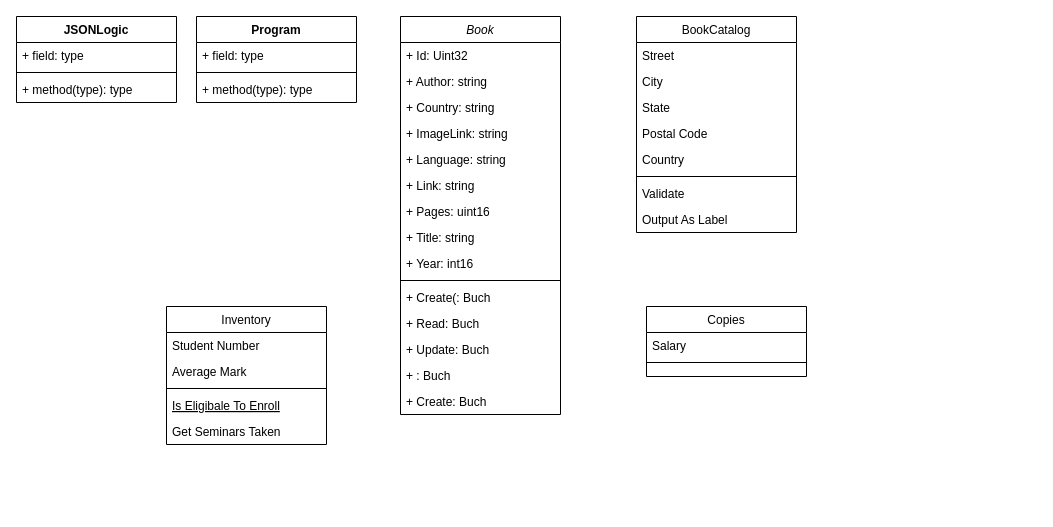
This is Untitled Diagram.drawio from felwanew/Virtual-library, a draw.io file, before an edit. Source tidied: cells renumbered, new cells numbered last; positions are measured from the earlier drawing's top-left corner, leaving out a move shared by most shapes. Both pictures are drawn from the tidied source at 100%, with x=0, y=0 at pixel (16, 16).
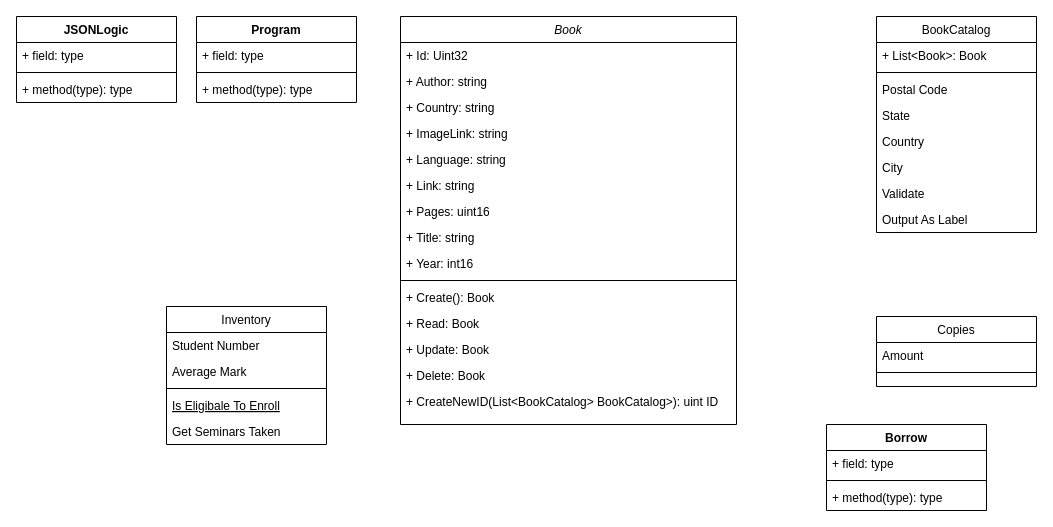
The same diagram, later.

Diff of the diagram source:
```diff
@@
     <mxCell id="2" value="Book" style="swimlane;fontStyle=2;align=center;verticalAlign=top;horizontal=1;startSize=26;rounded=0;shadow=0;strokeWidth=1;" parent="1" vertex="1">
-      <mxGeometry x="384" width="160" height="398" as="geometry" />
+      <mxGeometry x="384" width="336" height="408" as="geometry" />
     </mxCell>
     <mxCell id="3" value="+ Id: Uint32" style="text;align=left;verticalAlign=top;spacingLeft=4;spacingRight=4;overflow=hidden;" parent="2" vertex="1">
-      <mxGeometry y="26" width="160" height="26" as="geometry" />
+      <mxGeometry y="26" width="336" height="26" as="geometry" />
     </mxCell>
     <mxCell id="4" value="+ Author: string" style="text;align=left;verticalAlign=top;spacingLeft=4;spacingRight=4;overflow=hidden;rounded=0;shadow=0;html=0;" parent="2" vertex="1">
-      <mxGeometry y="52" width="160" height="26" as="geometry" />
+      <mxGeometry y="52" width="336" height="26" as="geometry" />
     </mxCell>
     <mxCell id="5" value="+ Country: string" style="text;align=left;verticalAlign=top;spacingLeft=4;spacingRight=4;overflow=hidden;rounded=0;shadow=0;html=0;" parent="2" vertex="1">
-      <mxGeometry y="78" width="160" height="26" as="geometry" />
+      <mxGeometry y="78" width="336" height="26" as="geometry" />
     </mxCell>
     <mxCell id="6" value="+ ImageLink: string" style="text;align=left;verticalAlign=top;spacingLeft=4;spacingRight=4;overflow=hidden;rounded=0;shadow=0;html=0;" parent="2" vertex="1">
-      <mxGeometry y="104" width="160" height="26" as="geometry" />
+      <mxGeometry y="104" width="336" height="26" as="geometry" />
     </mxCell>
     <mxCell id="7" value="+ Language: string" style="text;align=left;verticalAlign=top;spacingLeft=4;spacingRight=4;overflow=hidden;" parent="2" vertex="1">
-      <mxGeometry y="130" width="160" height="26" as="geometry" />
+      <mxGeometry y="130" width="336" height="26" as="geometry" />
     </mxCell>
     <mxCell id="8" value="+ Link: string" style="text;align=left;verticalAlign=top;spacingLeft=4;spacingRight=4;overflow=hidden;rounded=0;shadow=0;html=0;" parent="2" vertex="1">
-      <mxGeometry y="156" width="160" height="26" as="geometry" />
+      <mxGeometry y="156" width="336" height="26" as="geometry" />
     </mxCell>
     <mxCell id="9" value="+ Pages: uint16" style="text;align=left;verticalAlign=top;spacingLeft=4;spacingRight=4;overflow=hidden;rounded=0;shadow=0;html=0;" parent="2" vertex="1">
-      <mxGeometry y="182" width="160" height="26" as="geometry" />
+      <mxGeometry y="182" width="336" height="26" as="geometry" />
     </mxCell>
     <mxCell id="10" value="+ Title: string" style="text;align=left;verticalAlign=top;spacingLeft=4;spacingRight=4;overflow=hidden;" parent="2" vertex="1">
-      <mxGeometry y="208" width="160" height="26" as="geometry" />
+      <mxGeometry y="208" width="336" height="26" as="geometry" />
     </mxCell>
     <mxCell id="11" value="+ Year: int16" style="text;align=left;verticalAlign=top;spacingLeft=4;spacingRight=4;overflow=hidden;" parent="2" vertex="1">
-      <mxGeometry y="234" width="160" height="26" as="geometry" />
+      <mxGeometry y="234" width="336" height="26" as="geometry" />
     </mxCell>
     <mxCell id="12" style="line;html=1;strokeWidth=1;align=left;verticalAlign=middle;spacingTop=-1;spacingLeft=3;spacingRight=3;labelPosition=right;" parent="2" vertex="1">
-      <mxGeometry y="260" width="160" height="8" as="geometry" />
+      <mxGeometry y="260" width="336" height="8" as="geometry" />
     </mxCell>
-    <mxCell id="13" value="+ Create(: Buch" style="text;align=left;verticalAlign=top;spacingLeft=4;spacingRight=4;overflow=hidden;" parent="2" vertex="1">
-      <mxGeometry y="268" width="160" height="26" as="geometry" />
+    <mxCell id="13" value="+ Create(): Book" style="text;align=left;verticalAlign=top;spacingLeft=4;spacingRight=4;overflow=hidden;" parent="2" vertex="1">
+      <mxGeometry y="268" width="336" height="26" as="geometry" />
     </mxCell>
-    <mxCell id="14" value="+ Read: Buch" style="text;align=left;verticalAlign=top;spacingLeft=4;spacingRight=4;overflow=hidden;" parent="2" vertex="1">
-      <mxGeometry y="294" width="160" height="26" as="geometry" />
+    <mxCell id="14" value="+ Read: Book" style="text;align=left;verticalAlign=top;spacingLeft=4;spacingRight=4;overflow=hidden;" parent="2" vertex="1">
+      <mxGeometry y="294" width="336" height="26" as="geometry" />
     </mxCell>
-    <mxCell id="15" value="+ Update: Buch" style="text;align=left;verticalAlign=top;spacingLeft=4;spacingRight=4;overflow=hidden;" parent="2" vertex="1">
-      <mxGeometry y="320" width="160" height="26" as="geometry" />
+    <mxCell id="15" value="+ Update: Book" style="text;align=left;verticalAlign=top;spacingLeft=4;spacingRight=4;overflow=hidden;" parent="2" vertex="1">
+      <mxGeometry y="320" width="336" height="26" as="geometry" />
     </mxCell>
-    <mxCell id="16" value="+ : Buch" style="text;align=left;verticalAlign=top;spacingLeft=4;spacingRight=4;overflow=hidden;" parent="2" vertex="1">
-      <mxGeometry y="346" width="160" height="26" as="geometry" />
+    <mxCell id="16" value="+ Delete: Book" style="text;align=left;verticalAlign=top;spacingLeft=4;spacingRight=4;overflow=hidden;" parent="2" vertex="1">
+      <mxGeometry y="346" width="336" height="26" as="geometry" />
     </mxCell>
-    <mxCell id="17" value="+ Create: Buch" style="text;align=left;verticalAlign=top;spacingLeft=4;spacingRight=4;overflow=hidden;" parent="2" vertex="1">
-      <mxGeometry y="372" width="160" height="26" as="geometry" />
+    <mxCell id="17" value="+ CreateNewID(List&lt;BookCatalog&gt; BookCatalog&gt;): uint ID" style="text;align=left;verticalAlign=top;spacingLeft=4;spacingRight=4;overflow=hidden;" parent="2" vertex="1">
+      <mxGeometry y="372" width="336" height="26" as="geometry" />
     </mxCell>
@@
     <mxCell id="24" value="Copies" style="swimlane;fontStyle=0;align=center;verticalAlign=top;horizontal=1;startSize=26;rounded=0;shadow=0;strokeWidth=1;" parent="1" vertex="1">
-      <mxGeometry x="630" y="290" width="160" height="70" as="geometry" />
+      <mxGeometry x="860" y="300" width="160" height="70" as="geometry" />
     </mxCell>
-    <mxCell id="25" value="Salary" style="text;align=left;verticalAlign=top;spacingLeft=4;spacingRight=4;overflow=hidden;" parent="24" vertex="1">
+    <mxCell id="25" value="Amount" style="text;align=left;verticalAlign=top;spacingLeft=4;spacingRight=4;overflow=hidden;" parent="24" vertex="1">
       <mxGeometry y="26" width="160" height="26" as="geometry" />
     </mxCell>
@@
     <mxCell id="27" value="BookCatalog" style="swimlane;fontStyle=0;align=center;verticalAlign=top;horizontal=1;startSize=26;rounded=0;shadow=0;strokeWidth=1;" parent="1" vertex="1">
-      <mxGeometry x="620" width="160" height="216" as="geometry" />
+      <mxGeometry x="860" width="160" height="216" as="geometry" />
     </mxCell>
-    <mxCell id="28" value="Street" style="text;align=left;verticalAlign=top;spacingLeft=4;spacingRight=4;overflow=hidden;" parent="27" vertex="1">
+    <mxCell id="28" value="+ List&lt;Book&gt;: Book" style="text;align=left;verticalAlign=top;spacingLeft=4;spacingRight=4;overflow=hidden;" parent="27" vertex="1">
       <mxGeometry y="26" width="160" height="26" as="geometry" />
     </mxCell>
+    <mxCell id="33" style="line;html=1;strokeWidth=1;align=left;verticalAlign=middle;spacingTop=-1;spacingLeft=3;spacingRight=3;labelPosition=right;" parent="27" vertex="1">
+      <mxGeometry y="52" width="160" height="8" as="geometry" />
+    </mxCell>
+    <mxCell id="31" value="Postal Code" style="text;align=left;verticalAlign=top;spacingLeft=4;spacingRight=4;overflow=hidden;rounded=0;shadow=0;html=0;" parent="27" vertex="1">
+      <mxGeometry y="60" width="160" height="26" as="geometry" />
+    </mxCell>
+    <mxCell id="30" value="State" style="text;align=left;verticalAlign=top;spacingLeft=4;spacingRight=4;overflow=hidden;rounded=0;shadow=0;html=0;" parent="27" vertex="1">
+      <mxGeometry y="86" width="160" height="26" as="geometry" />
+    </mxCell>
+    <mxCell id="32" value="Country" style="text;align=left;verticalAlign=top;spacingLeft=4;spacingRight=4;overflow=hidden;rounded=0;shadow=0;html=0;" parent="27" vertex="1">
+      <mxGeometry y="112" width="160" height="26" as="geometry" />
+    </mxCell>
     <mxCell id="29" value="City" style="text;align=left;verticalAlign=top;spacingLeft=4;spacingRight=4;overflow=hidden;rounded=0;shadow=0;html=0;" parent="27" vertex="1">
-      <mxGeometry y="52" width="160" height="26" as="geometry" />
+      <mxGeometry y="138" width="160" height="26" as="geometry" />
     </mxCell>
-    <mxCell id="30" value="State" style="text;align=left;verticalAlign=top;spacingLeft=4;spacingRight=4;overflow=hidden;rounded=0;shadow=0;html=0;" parent="27" vertex="1">
-      <mxGeometry y="78" width="160" height="26" as="geometry" />
-    </mxCell>
-    <mxCell id="31" value="Postal Code" style="text;align=left;verticalAlign=top;spacingLeft=4;spacingRight=4;overflow=hidden;rounded=0;shadow=0;html=0;" parent="27" vertex="1">
-      <mxGeometry y="104" width="160" height="26" as="geometry" />
-    </mxCell>
-    <mxCell id="32" value="Country" style="text;align=left;verticalAlign=top;spacingLeft=4;spacingRight=4;overflow=hidden;rounded=0;shadow=0;html=0;" parent="27" vertex="1">
-      <mxGeometry y="130" width="160" height="26" as="geometry" />
-    </mxCell>
-    <mxCell id="33" style="line;html=1;strokeWidth=1;align=left;verticalAlign=middle;spacingTop=-1;spacingLeft=3;spacingRight=3;labelPosition=right;" parent="27" vertex="1">
-      <mxGeometry y="156" width="160" height="8" as="geometry" />
-    </mxCell>
@@
+    <mxCell id="44" value="Borrow" style="swimlane;fontStyle=1;align=center;verticalAlign=top;horizontal=1;startSize=26;" parent="1" vertex="1">
+      <mxGeometry x="810" y="408" width="160" height="86" as="geometry" />
+    </mxCell>
+    <mxCell id="45" value="+ field: type" style="text;strokeColor=none;fillColor=none;align=left;verticalAlign=top;spacingLeft=4;spacingRight=4;overflow=hidden;" parent="44" vertex="1">
+      <mxGeometry y="26" width="160" height="26" as="geometry" />
+    </mxCell>
+    <mxCell id="46" style="line;strokeWidth=1;fillColor=none;align=left;verticalAlign=middle;spacingTop=-1;spacingLeft=3;spacingRight=3;labelPosition=right;" parent="44" vertex="1">
+      <mxGeometry y="52" width="160" height="8" as="geometry" />
+    </mxCell>
+    <mxCell id="47" value="+ method(type): type" style="text;strokeColor=none;fillColor=none;align=left;verticalAlign=top;spacingLeft=4;spacingRight=4;overflow=hidden;" parent="44" vertex="1">
+      <mxGeometry y="60" width="160" height="26" as="geometry" />
+    </mxCell>
```
